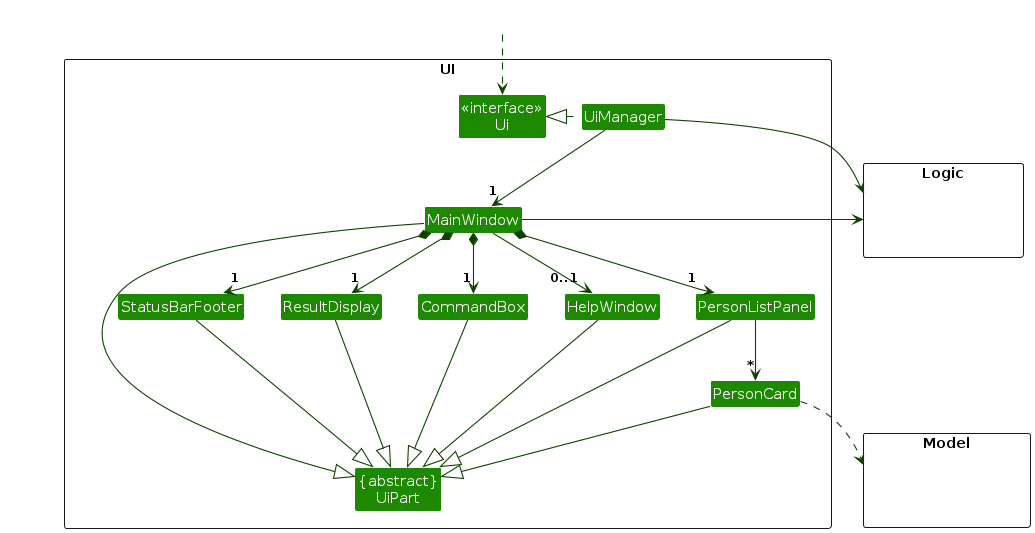
AY2627S1-CS2103-F10-1/tp keeps this PlantUML diagram as diagrams/UiClassDiagram.png. Above is the earlier version. Its source is kept beside it as diagrams/UiClassDiagram.puml.
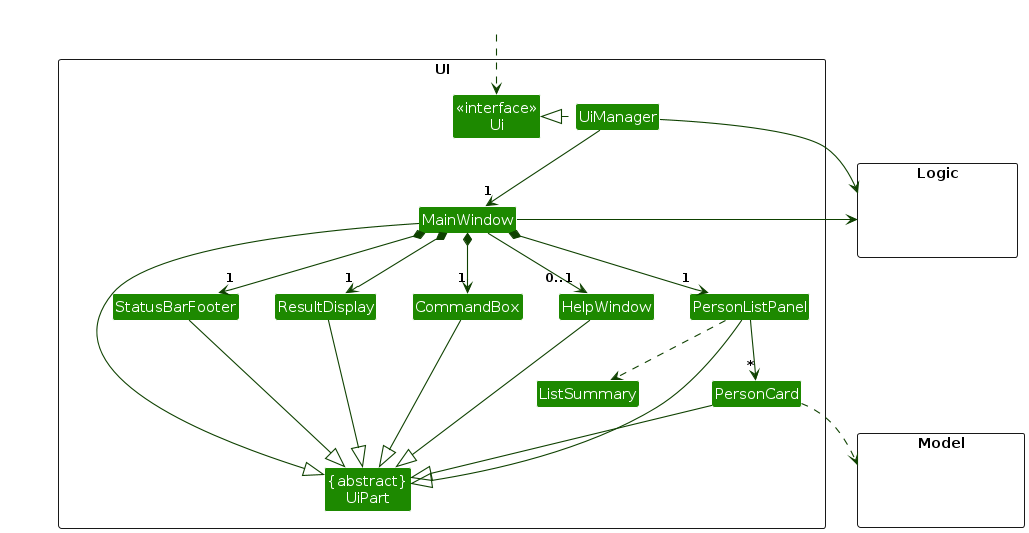
Later version of the same file.

What changed in the source:
```diff
@@ -13,6 +13,7 @@
 Class ResultDisplay
 Class PersonListPanel
 Class PersonCard
+Class ListSummary
 Class StatusBarFooter
 Class CommandBox
 }
@@ -37,6 +38,7 @@
 MainWindow --> "0..1" HelpWindow
 
 PersonListPanel -down-> "*" PersonCard
+PersonListPanel ..> ListSummary
 
 MainWindow -left-|> UiPart
 
```
